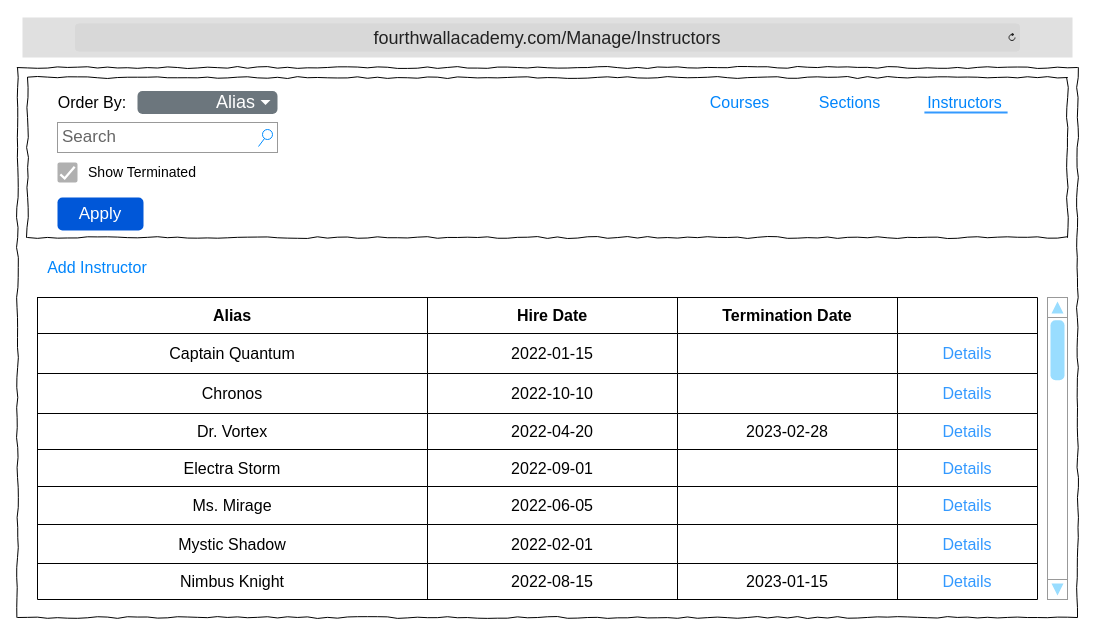
Above: DesignDocument/Wireframes/4hWallAcademy_Instructors.drawio in TRed91/4thWallAcademy (draw.io), before the change. Source tidied: cells renumbered, new cells numbered last; positions are measured from the earlier drawing's top-left corner, leaving out a move shared by most shapes. Both pictures are drawn from the tidied source at 100%, with x=0, y=0 at pixel (17, 17).
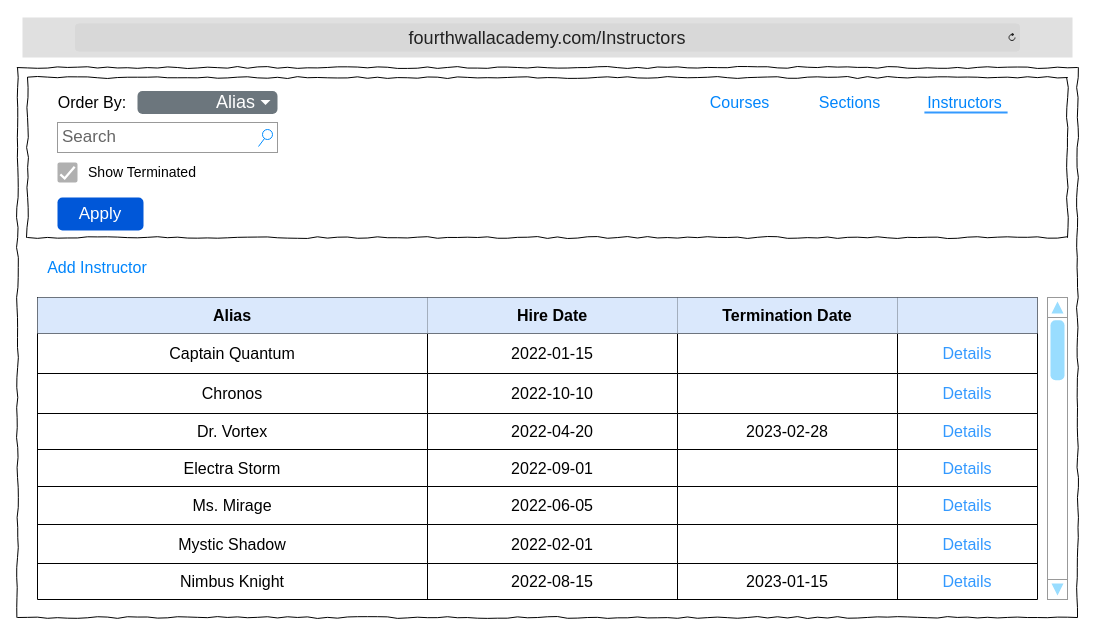
The same diagram, later.

The change refers to these unchanged cells:
```xml
<mxCell id="15" style="shape=tableRow;horizontal=0;startSize=0;swimlaneHead=0;swimlaneBody=0;strokeColor=inherit;top=0;left=0;bottom=0;right=0;fillColor=none;fontSize=16;" parent="14" vertex="1">
  <mxGeometry width="1000" height="36" as="geometry" />
</mxCell>
```

Diff of the diagram source:
```diff
@@
-    <mxCell id="8" value="&lt;font style=&quot;font-size: 18px;&quot;&gt;fourthwallacademy.com/Manage/Instructors&lt;/font&gt;" style="html=1;strokeWidth=1;shadow=0;dashed=0;shape=mxgraph.ios7ui.url;fillColor=#e0e0e0;strokeColor=#c0c0c0;buttonText=;strokeColor2=#222222;fontColor=#222222;fontSize=8;spacingTop=2;align=center;whiteSpace=wrap;" parent="1" vertex="1">
+    <mxCell id="8" value="&lt;font style=&quot;font-size: 18px;&quot;&gt;fourthwallacademy.com/Instructors&lt;/font&gt;" style="html=1;strokeWidth=1;shadow=0;dashed=0;shape=mxgraph.ios7ui.url;fillColor=#e0e0e0;strokeColor=#c0c0c0;buttonText=;strokeColor2=#222222;fontColor=#222222;fontSize=8;spacingTop=2;align=center;whiteSpace=wrap;" parent="1" vertex="1">
       <mxGeometry x="5" width="1050" height="40" as="geometry" />
     </mxCell>
@@
-    <mxCell id="16" value="&lt;b&gt;Alias&lt;/b&gt;" style="shape=partialRectangle;html=1;whiteSpace=wrap;strokeColor=inherit;overflow=hidden;fillColor=none;top=0;left=0;bottom=0;right=0;fontSize=16;" parent="15" vertex="1">
+    <mxCell id="16" value="&lt;b&gt;Alias&lt;/b&gt;" style="shape=partialRectangle;html=1;whiteSpace=wrap;strokeColor=#6c8ebf;overflow=hidden;fillColor=#dae8fc;top=0;left=0;bottom=0;right=0;fontSize=16;" parent="15" vertex="1">
       <mxGeometry width="390" height="36" as="geometry" />
     </mxCell>
-    <mxCell id="17" value="&lt;b&gt;Hire Date&lt;/b&gt;" style="shape=partialRectangle;html=1;whiteSpace=wrap;strokeColor=inherit;overflow=hidden;fillColor=none;top=0;left=0;bottom=0;right=0;fontSize=16;" parent="15" vertex="1">
+    <mxCell id="17" value="&lt;b&gt;Hire Date&lt;/b&gt;" style="shape=partialRectangle;html=1;whiteSpace=wrap;strokeColor=#6c8ebf;overflow=hidden;fillColor=#dae8fc;top=0;left=0;bottom=0;right=0;fontSize=16;" parent="15" vertex="1">
       <mxGeometry x="390" width="250" height="36" as="geometry" />
     </mxCell>
-    <mxCell id="18" value="&lt;b&gt;Termination Date&lt;/b&gt;" style="shape=partialRectangle;html=1;whiteSpace=wrap;strokeColor=inherit;overflow=hidden;fillColor=none;top=0;left=0;bottom=0;right=0;fontSize=16;" parent="15" vertex="1">
+    <mxCell id="18" value="&lt;b&gt;Termination Date&lt;/b&gt;" style="shape=partialRectangle;html=1;whiteSpace=wrap;strokeColor=#6c8ebf;overflow=hidden;fillColor=#dae8fc;top=0;left=0;bottom=0;right=0;fontSize=16;" parent="15" vertex="1">
       <mxGeometry x="640" width="220" height="36" as="geometry" />
     </mxCell>
-    <mxCell id="19" style="shape=partialRectangle;html=1;whiteSpace=wrap;strokeColor=inherit;overflow=hidden;fillColor=none;top=0;left=0;bottom=0;right=0;fontSize=16;" parent="15" vertex="1">
+    <mxCell id="19" style="shape=partialRectangle;html=1;whiteSpace=wrap;strokeColor=#6c8ebf;overflow=hidden;fillColor=#dae8fc;top=0;left=0;bottom=0;right=0;fontSize=16;" parent="15" vertex="1">
       <mxGeometry x="860" width="140" height="36" as="geometry" />
     </mxCell>
```
